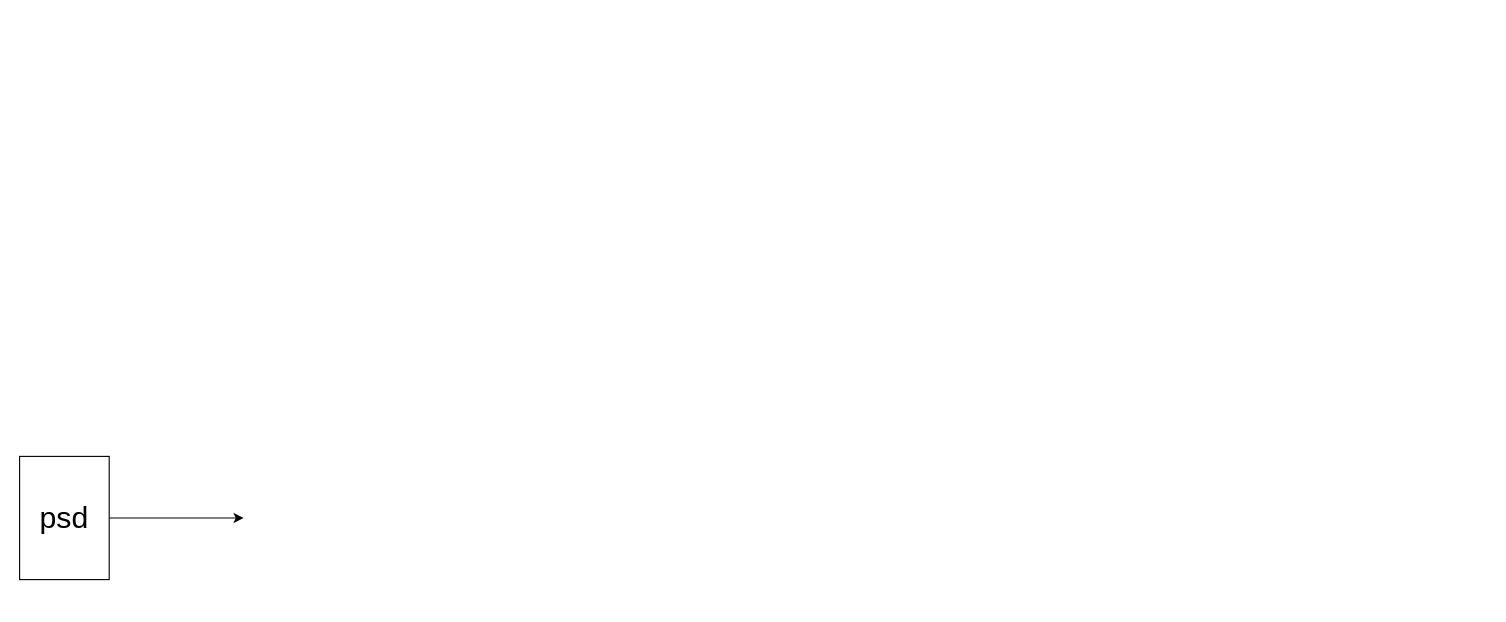
Earlier version of the draw.io diagram readme-image/Untitled Diagram.drawio (fxcfxcfxc/PSDMerge). Source tidied: cells renumbered, new cells numbered last; positions are measured from the earlier drawing's top-left corner, leaving out a move shared by most shapes. Both pictures are drawn from the tidied source at 112%, with x=0, y=0 at pixel (19, 456).
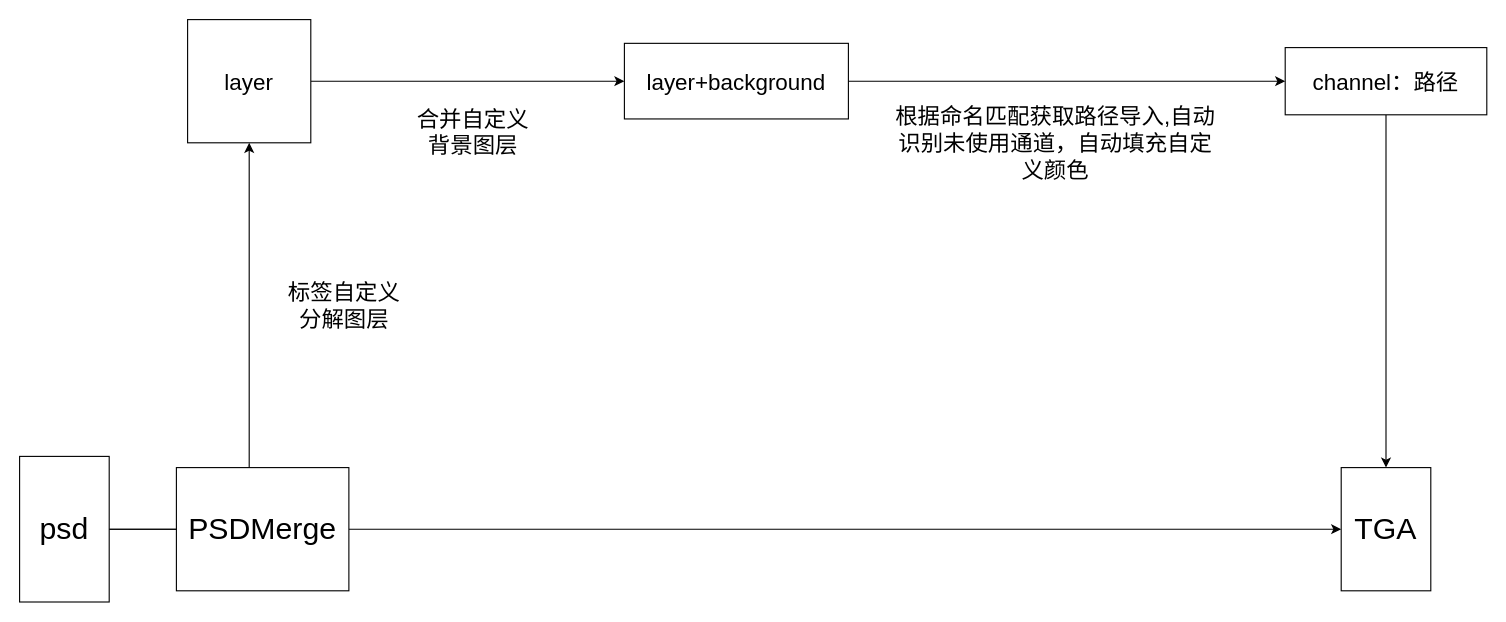
The same diagram, later.

Diff of the diagram source:
```diff
@@
 <mxGraphModel>
   <root>
     <mxCell id="0" />
     <mxCell id="1" parent="0" />
-    <mxCell id="2" style="edgeStyle=orthogonalEdgeStyle;rounded=0;jettySize=auto;html=1;fontSize=27;" parent="1" edge="1" source="3">
-      <mxGeometry relative="1" as="geometry">
-        <mxPoint x="200" y="55" as="targetPoint" />
-      </mxGeometry>
+    <mxCell id="2" style="edgeStyle=orthogonalEdgeStyle;rounded=0;jettySize=auto;html=1;fontSize=27;entryX=0;entryY=0.5;entryDx=0;entryDy=0;startArrow=none;" parent="1" edge="1" source="6" target="5">
+      <mxGeometry relative="1" as="geometry" />
     </mxCell>
+    <mxCell id="4" style="edgeStyle=orthogonalEdgeStyle;rounded=0;jettySize=auto;html=1;fontSize=20;" parent="1" edge="1" source="3" target="9">
+      <mxGeometry relative="1" as="geometry" />
+    </mxCell>
     <mxCell id="3" value="psd" style="rounded=0;whiteSpace=wrap;html=1;fontSize=27;" parent="1" vertex="1">
-      <mxGeometry width="80" height="110" as="geometry" />
+      <mxGeometry width="80" height="130" as="geometry" />
     </mxCell>
+    <mxCell id="5" value="TGA" style="rounded=0;whiteSpace=wrap;html=1;fontSize=27;" parent="1" vertex="1">
+      <mxGeometry x="1180" y="10" width="80" height="110" as="geometry" />
+    </mxCell>
+    <mxCell id="6" value="PSDMerge&lt;br&gt;" style="rounded=0;whiteSpace=wrap;html=1;fontSize=27;" parent="1" vertex="1">
+      <mxGeometry x="140" y="10" width="154" height="110" as="geometry" />
+    </mxCell>
+    <mxCell id="7" style="edgeStyle=orthogonalEdgeStyle;rounded=0;jettySize=auto;html=1;fontSize=27;entryX=0;entryY=0.5;entryDx=0;entryDy=0;endArrow=none;" parent="1" edge="1" source="3" target="6">
+      <mxGeometry relative="1" as="geometry" />
+    </mxCell>
+    <mxCell id="8" style="edgeStyle=orthogonalEdgeStyle;rounded=0;jettySize=auto;html=1;exitX=1;exitY=0.5;exitDx=0;exitDy=0;fontSize=20;" parent="1" edge="1" source="9" target="14">
+      <mxGeometry relative="1" as="geometry" />
+    </mxCell>
+    <mxCell id="9" value="layer&lt;br style=&quot;font-size: 20px&quot;&gt;" style="whiteSpace=wrap;html=1;fontSize=20;" parent="1" vertex="1">
+      <mxGeometry x="150" y="-390" width="110" height="110" as="geometry" />
+    </mxCell>
+    <mxCell id="10" value="合并自定义背景图层" style="text;html=1;strokeColor=none;fillColor=none;align=center;verticalAlign=middle;whiteSpace=wrap;rounded=0;fontSize=20;" parent="1" vertex="1">
+      <mxGeometry x="350" y="-340" width="110" height="100" as="geometry" />
+    </mxCell>
+    <mxCell id="11" style="edgeStyle=orthogonalEdgeStyle;rounded=0;jettySize=auto;html=1;fontSize=20;" parent="1" edge="1" source="12" target="5">
+      <mxGeometry relative="1" as="geometry" />
+    </mxCell>
+    <mxCell id="12" value="channel：路径" style="rounded=0;whiteSpace=wrap;html=1;fontSize=20;" parent="1" vertex="1">
+      <mxGeometry x="1130" y="-365" width="180" height="60" as="geometry" />
+    </mxCell>
+    <mxCell id="13" style="edgeStyle=orthogonalEdgeStyle;rounded=0;jettySize=auto;html=1;fontSize=20;" parent="1" edge="1" source="14" target="12">
+      <mxGeometry relative="1" as="geometry" />
+    </mxCell>
+    <mxCell id="14" value="layer+background&lt;br&gt;" style="rounded=0;whiteSpace=wrap;html=1;fontSize=20;" parent="1" vertex="1">
+      <mxGeometry x="540" y="-368.8" width="200" height="67.5" as="geometry" />
+    </mxCell>
+    <mxCell id="15" value="根据命名匹配获取路径导入,自动识别未使用通道，自动填充自定义颜色" style="text;html=1;strokeColor=none;fillColor=none;align=center;verticalAlign=middle;whiteSpace=wrap;rounded=0;fontSize=20;" parent="1" vertex="1">
+      <mxGeometry x="780" y="-290" width="290" height="20" as="geometry" />
+    </mxCell>
+    <mxCell id="16" value="标签自定义分解图层" style="text;html=1;strokeColor=none;fillColor=none;align=center;verticalAlign=middle;whiteSpace=wrap;rounded=0;fontSize=20;" parent="1" vertex="1">
+      <mxGeometry x="230" y="-150" width="120" height="30" as="geometry" />
+    </mxCell>
   </root>
 </mxGraphModel>
```
